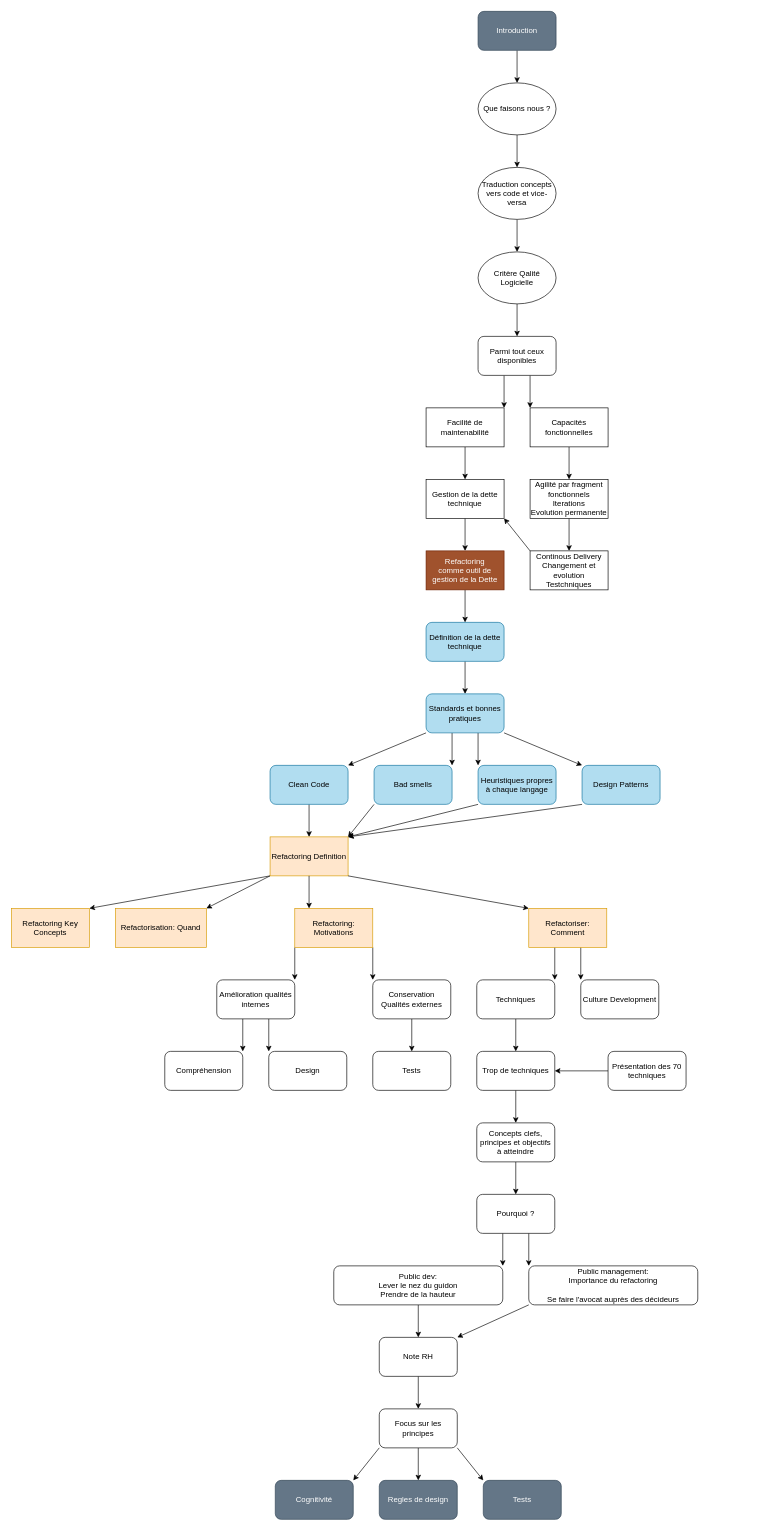
Before: page "General" (1 of 7) of drawio/tracks.drawio in Envol2023/refactoring, a draw.io diagram. Source tidied: cells renumbered, new cells numbered last; positions are measured from the earlier drawing's top-left corner, leaving out a move shared by most shapes. Both pictures are drawn from the tidied source at 65%, with x=0, y=0 at pixel (11, 11).
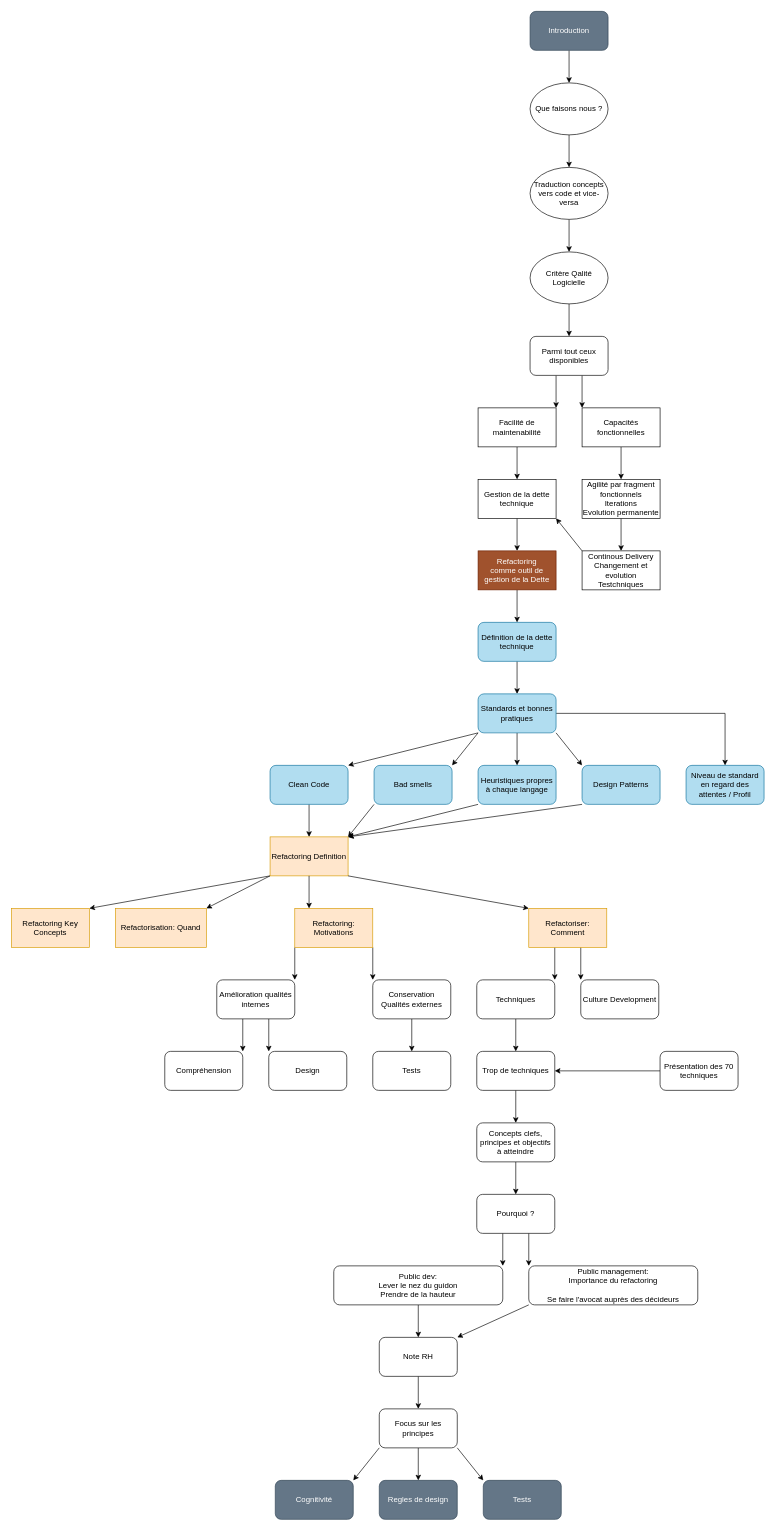
Above is the later version.

Change to the diagram source:
```diff
@@
     <mxCell id="3" value="Que faisons nous ?" style="ellipse;whiteSpace=wrap;html=1;" parent="1" vertex="1">
-      <mxGeometry x="718" y="110" width="120" height="80" as="geometry" />
+      <mxGeometry x="798" y="110" width="120" height="80" as="geometry" />
     </mxCell>
@@
     <mxCell id="5" value="Traduction concepts vers code et vice-versa" style="ellipse;whiteSpace=wrap;html=1;" parent="1" vertex="1">
-      <mxGeometry x="718" y="240" width="120" height="80" as="geometry" />
+      <mxGeometry x="798" y="240" width="120" height="80" as="geometry" />
     </mxCell>
@@
     <mxCell id="8" value="Critère Qalité Logicielle" style="ellipse;whiteSpace=wrap;html=1;" parent="1" vertex="1">
-      <mxGeometry x="718" y="370" width="120" height="80" as="geometry" />
+      <mxGeometry x="798" y="370" width="120" height="80" as="geometry" />
     </mxCell>
@@
     <mxCell id="10" value="Capacités fonctionnelles" style="whiteSpace=wrap;html=1;" parent="1" vertex="1">
-      <mxGeometry x="798" y="610" width="120" height="60" as="geometry" />
+      <mxGeometry x="878" y="610" width="120" height="60" as="geometry" />
     </mxCell>
@@
     <mxCell id="12" value="Agilité par fragment fonctionnels&lt;br&gt;Iterations&lt;br&gt;Evolution permanente" style="whiteSpace=wrap;html=1;" parent="1" vertex="1">
-      <mxGeometry x="798" y="720" width="120" height="60" as="geometry" />
+      <mxGeometry x="878" y="720" width="120" height="60" as="geometry" />
     </mxCell>
@@
     <mxCell id="14" value="Continous Delivery&lt;br&gt;Changement et evolution&lt;br&gt;Testchniques" style="whiteSpace=wrap;html=1;" parent="1" vertex="1">
-      <mxGeometry x="798" y="830" width="120" height="60" as="geometry" />
+      <mxGeometry x="878" y="830" width="120" height="60" as="geometry" />
     </mxCell>
@@
     <mxCell id="16" value="Gestion de la dette technique" style="whiteSpace=wrap;html=1;" parent="1" vertex="1">
-      <mxGeometry x="638" y="720" width="120" height="60" as="geometry" />
+      <mxGeometry x="718" y="720" width="120" height="60" as="geometry" />
     </mxCell>
@@
     <mxCell id="18" value="Refactoring&lt;br&gt;comme outil de gestion de la Dette" style="whiteSpace=wrap;html=1;fillColor=#a0522d;fontColor=#ffffff;strokeColor=#6D1F00;" parent="1" vertex="1">
-      <mxGeometry x="638" y="830" width="120" height="60" as="geometry" />
+      <mxGeometry x="718" y="830" width="120" height="60" as="geometry" />
     </mxCell>
@@
     <mxCell id="36" value="Facilité de maintenabilité" style="whiteSpace=wrap;html=1;" parent="1" vertex="1">
-      <mxGeometry x="638" y="610" width="120" height="60" as="geometry" />
+      <mxGeometry x="718" y="610" width="120" height="60" as="geometry" />
     </mxCell>
@@
     <mxCell id="48" value="Introduction" style="rounded=1;whiteSpace=wrap;html=1;fillColor=#647687;fontColor=#ffffff;strokeColor=#314354;" parent="1" vertex="1">
-      <mxGeometry x="718" width="120" height="60" as="geometry" />
+      <mxGeometry x="798" width="120" height="60" as="geometry" />
     </mxCell>
@@
     <mxCell id="68" value="Définition de la dette technique" style="rounded=1;whiteSpace=wrap;html=1;fillColor=#b1ddf0;strokeColor=#10739e;" parent="1" vertex="1">
-      <mxGeometry x="638" y="940" width="120" height="60" as="geometry" />
+      <mxGeometry x="718" y="940" width="120" height="60" as="geometry" />
     </mxCell>
@@
+    <mxCell id="86" style="edgeStyle=orthogonalEdgeStyle;rounded=0;jettySize=auto;html=1;" parent="1" edge="1" source="73" target="87">
+      <mxGeometry relative="1" as="geometry" />
+    </mxCell>
     <mxCell id="73" value="Standards et bonnes pratiques" style="whiteSpace=wrap;html=1;rounded=1;fillColor=#b1ddf0;strokeColor=#10739e;" parent="1" vertex="1">
-      <mxGeometry x="638" y="1050" width="120" height="60" as="geometry" />
+      <mxGeometry x="718" y="1050" width="120" height="60" as="geometry" />
     </mxCell>
@@
     <mxCell id="81" value="Parmi tout ceux disponibles" style="rounded=1;whiteSpace=wrap;html=1;" parent="1" vertex="1">
-      <mxGeometry x="718" y="500" width="120" height="60" as="geometry" />
+      <mxGeometry x="798" y="500" width="120" height="60" as="geometry" />
     </mxCell>
@@
     <mxCell id="83" value="Présentation des 70 techniques" style="rounded=1;whiteSpace=wrap;html=1;" parent="1" vertex="1">
-      <mxGeometry x="918" y="1600" width="120" height="60" as="geometry" />
+      <mxGeometry x="998" y="1600" width="120" height="60" as="geometry" />
     </mxCell>
@@
+    <mxCell id="87" value="Niveau de standard en regard des attentes / Profil" style="whiteSpace=wrap;html=1;rounded=1;fillColor=#b1ddf0;strokeColor=#10739e;" parent="1" vertex="1">
+      <mxGeometry x="1038" y="1160" width="120" height="60" as="geometry" />
+    </mxCell>
```
